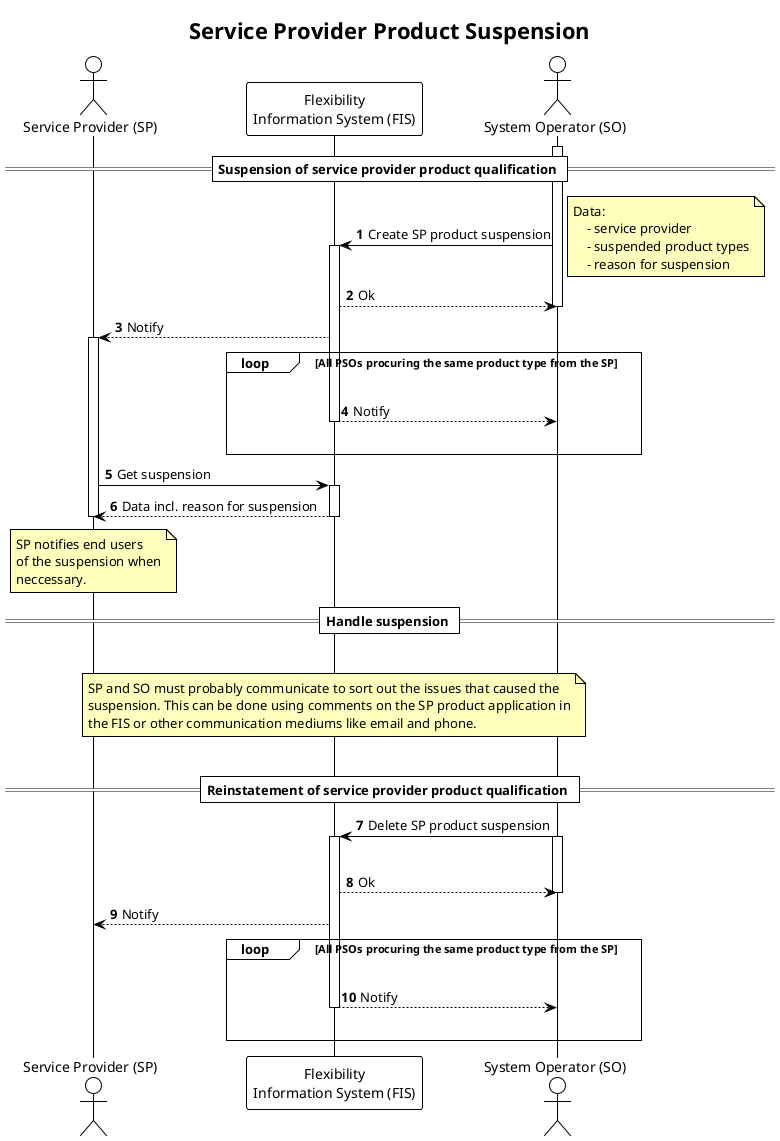
Earlier version of the PlantUML export docs/diagrams/service_provider_product_suspension.png (elhub/flex-information-system).
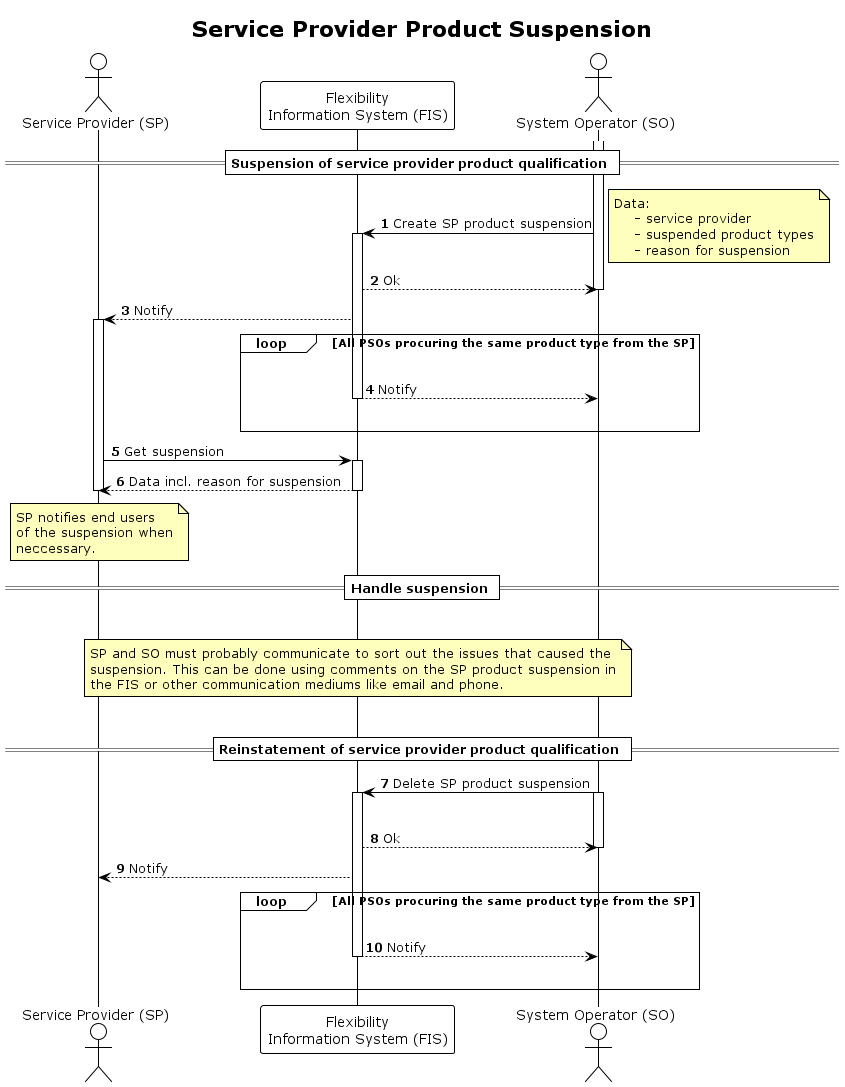
The same diagram one commit later.

Commit message:
fix: name in index, SP P suspension png, SPG P suspension  png not finished

Diff of the diagram source:
```diff
@@ -54,7 +54,7 @@
 |||
 note over FIS
     SP and SO must probably communicate to sort out the issues that caused the
-    suspension. This can be done using comments on the SP product application in
+    suspension. This can be done using comments on the SP product suspension in
     the FIS or other communication mediums like email and phone.
 end note
 |||
```
